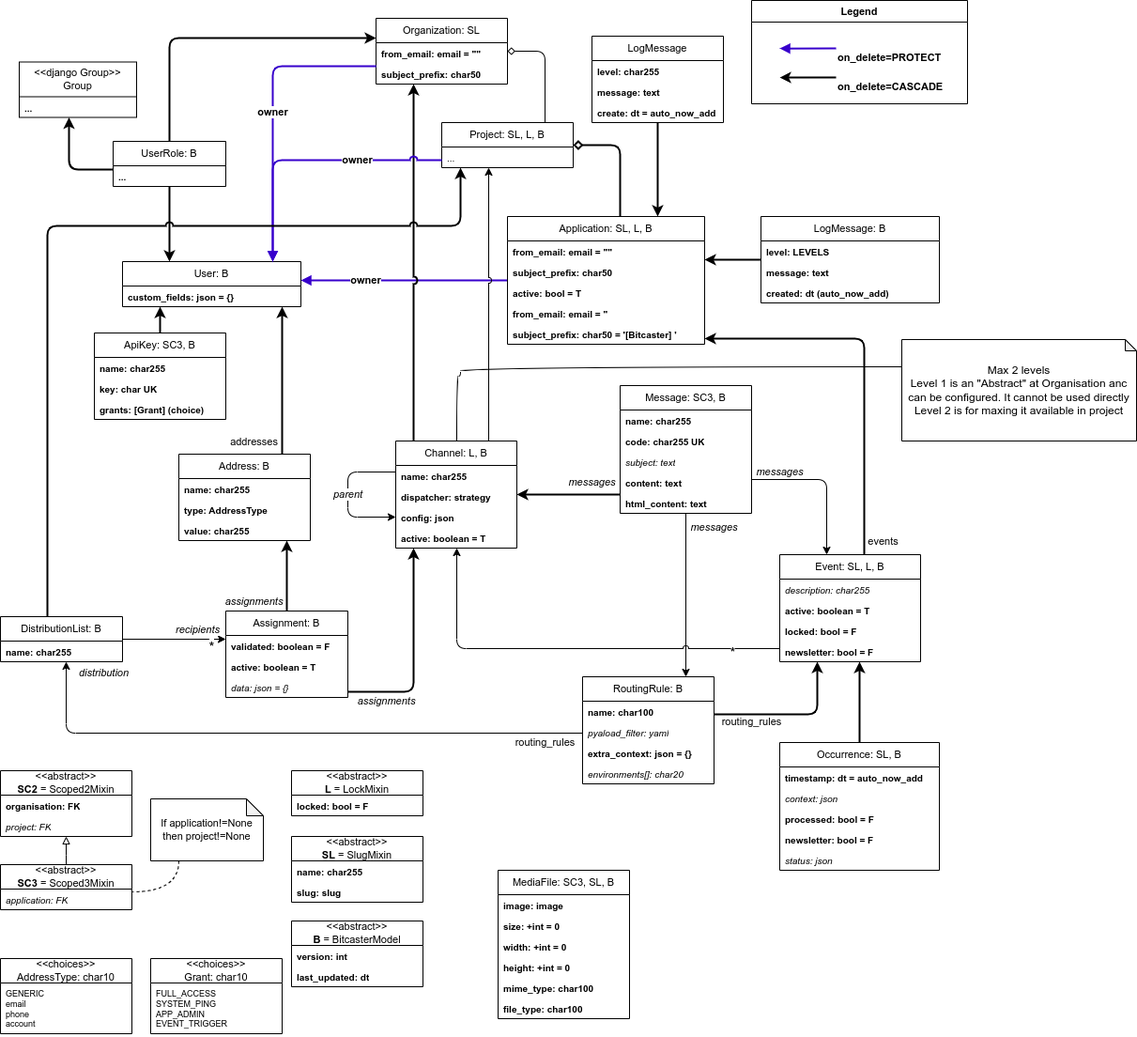
bitcaster-io/bitcaster keeps this draw.io diagram as docs/guidelines/development/BitcasterCD.drawio.png. Above is the earlier version. Source tidied: cells renumbered, new cells last; positions are measured from the earlier drawing's top-left corner, leaving out a move shared by most shapes.
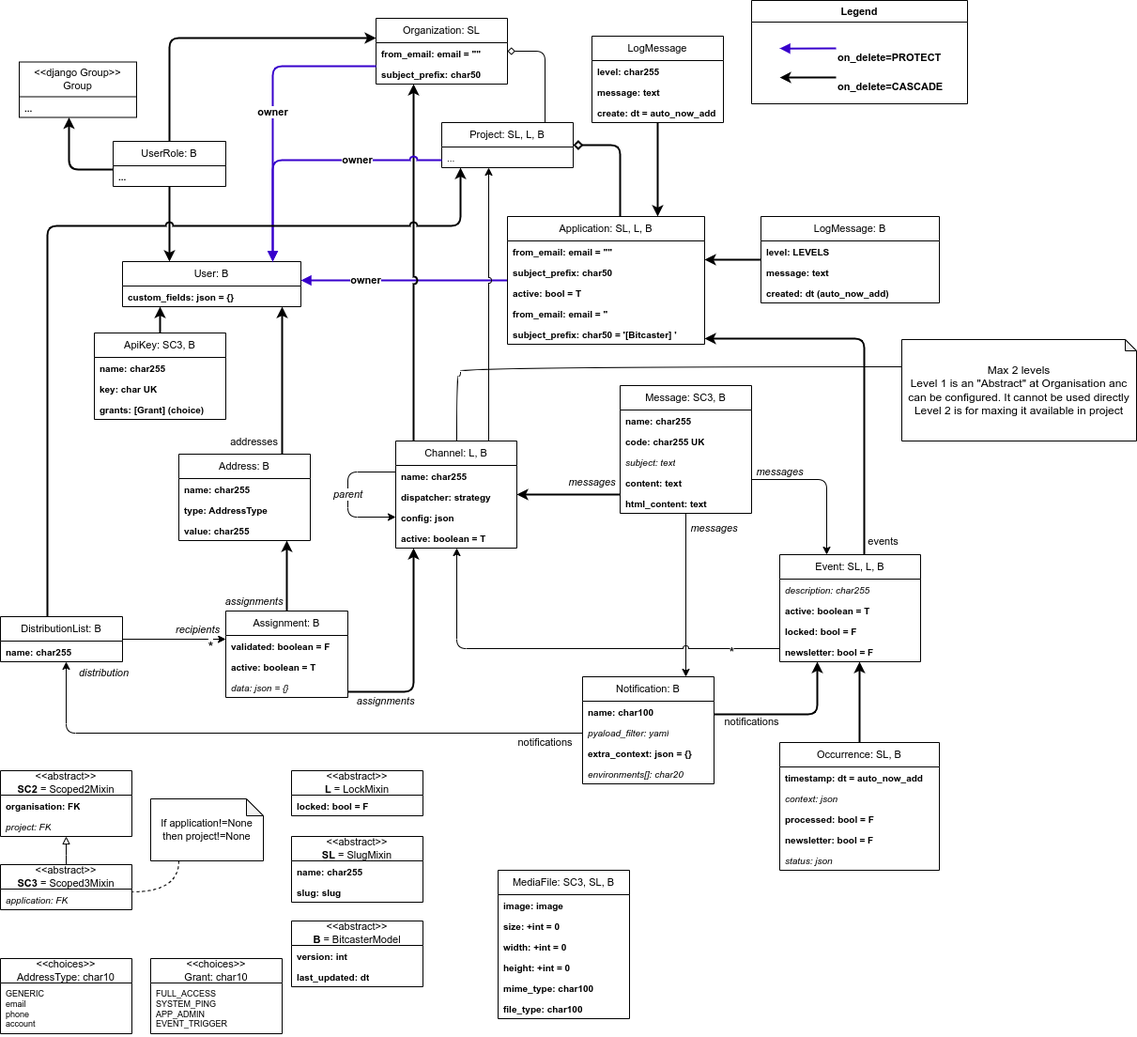
Above is the later version.

Diff of the diagram source:
```diff
@@ -126,7 +126,7 @@
         <mxPoint x="44" y="-25" as="offset" />
       </mxGeometry>
     </mxCell>
-    <mxCell id="30" value="routing_rules" style="edgeLabel;html=1;align=center;verticalAlign=middle;" parent="28" vertex="1">
+    <mxCell id="30" value="notifications" style="edgeLabel;html=1;align=center;verticalAlign=middle;" parent="28" vertex="1">
       <mxGeometry x="-0.78" relative="1" as="geometry">
         <mxPoint x="29" y="10" as="offset" />
       </mxGeometry>
@@ -452,12 +452,12 @@
         </Array>
       </mxGeometry>
     </mxCell>
-    <mxCell id="105" value="routing_rules" style="edgeLabel;html=1;align=center;verticalAlign=middle;" parent="104" vertex="1">
+    <mxCell id="105" value="notifications" style="edgeLabel;html=1;align=center;verticalAlign=middle;" parent="104" vertex="1">
       <mxGeometry x="-0.61" relative="1" as="geometry">
         <mxPoint x="8" y="8" as="offset" />
       </mxGeometry>
     </mxCell>
-    <mxCell id="106" value="RoutingRule: B" style="swimlane;fontStyle=0;horizontal=1;startSize=26;fillColor=none;whiteSpace=wrap;html=1;fontSize=11;" parent="1" vertex="1">
+    <mxCell id="106" value="Notification: B" style="swimlane;fontStyle=0;horizontal=1;startSize=26;fillColor=none;whiteSpace=wrap;html=1;fontSize=11;" parent="1" vertex="1">
       <mxGeometry x="620" y="720" width="140" height="114" as="geometry" />
     </mxCell>
     <mxCell id="107" value="name: char100" style="text;strokeColor=none;fillColor=none;align=left;verticalAlign=top;spacingLeft=4;spacingRight=4;overflow=hidden;whiteSpace=wrap;html=1;fontSize=10;fontStyle=1;" parent="106" vertex="1">
```
